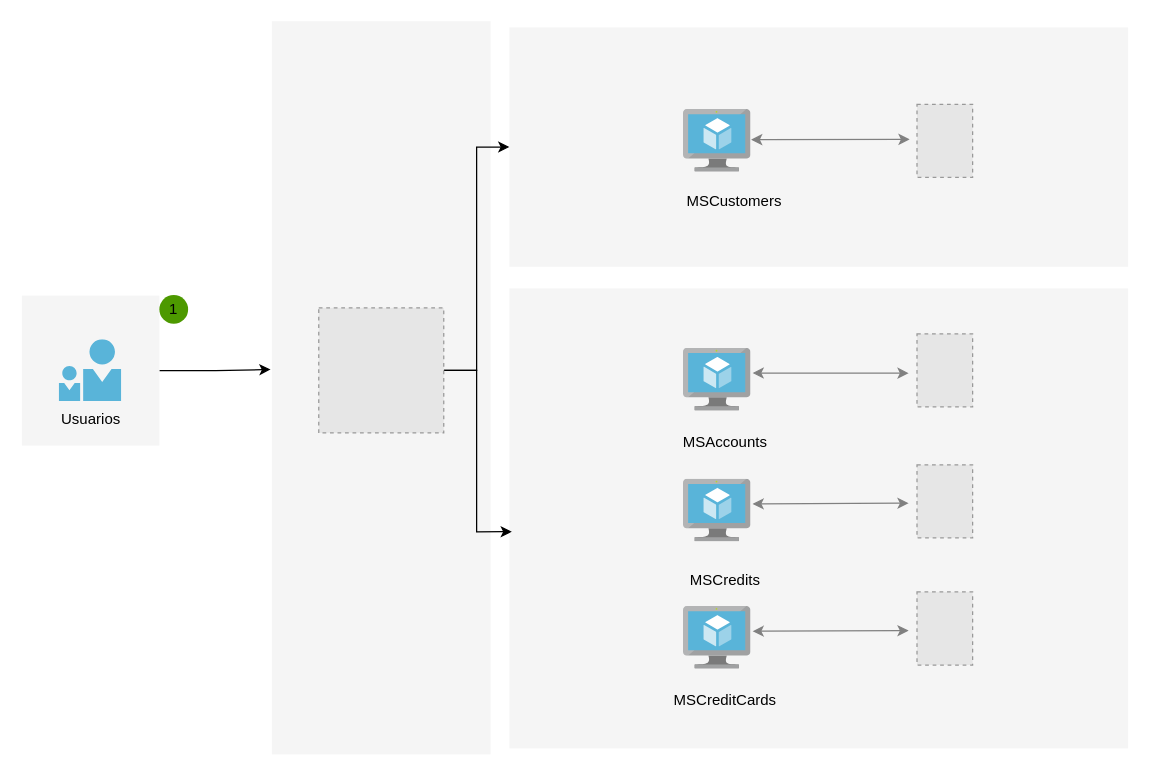
jesus0508/digrams keeps this draw.io diagram as architecture.drawio. Above is the earlier version. Source tidied: cells renumbered, new cells numbered last; positions are measured from the earlier drawing's top-left corner, leaving out a move shared by most shapes. Both pictures are drawn from the tidied source at 125%, with x=0, y=0 at pixel (21, 20). Pictures stored in the file or linked from it are replaced by grey dashed boxes.
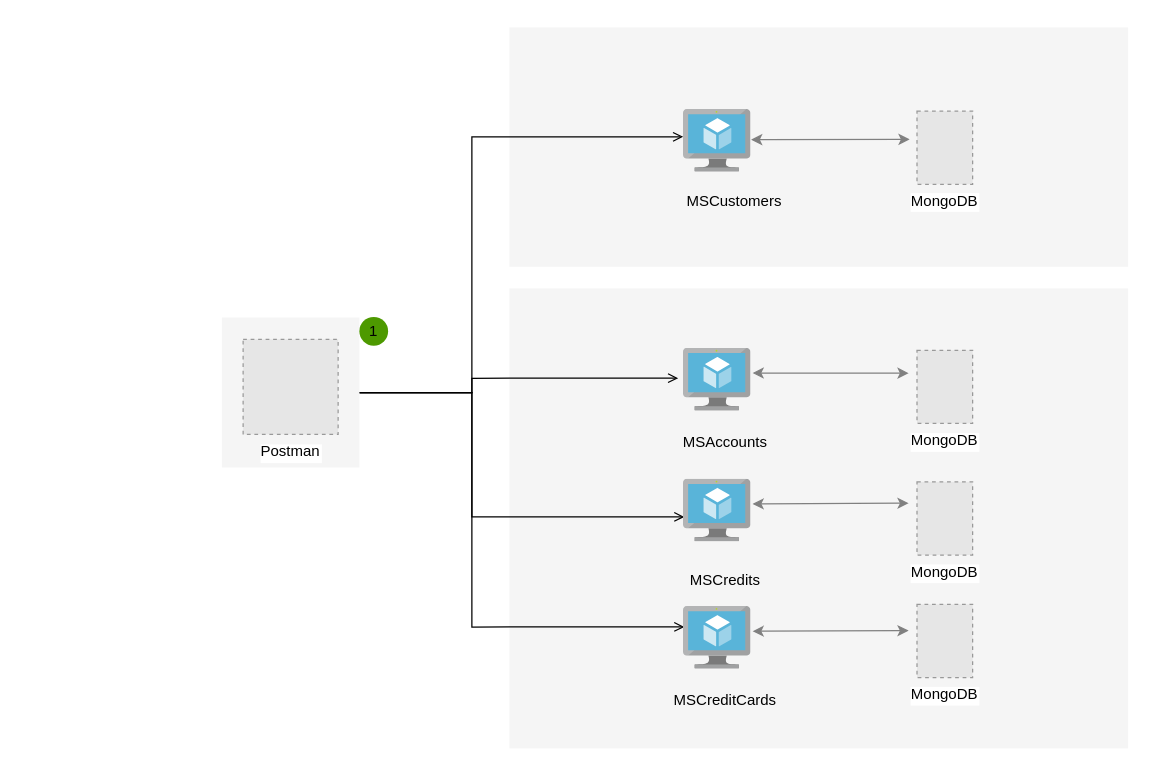
The same page after the edit.

Unchanged cells that the change refers to:
```xml
<mxCell id="2" style="rounded=0;whiteSpace=wrap;html=1;fillColor=#f5f5f5;strokeColor=none;fontColor=#333333;" parent="1" vertex="1">
  <mxGeometry x="390" y="214.2" width="495" height="368" as="geometry" />
</mxCell>
<mxCell id="3" style="rounded=0;whiteSpace=wrap;html=1;fillColor=#f5f5f5;strokeColor=none;fontColor=#333333;" parent="1" vertex="1">
  <mxGeometry x="390" y="5.4" width="495" height="191.5" as="geometry" />
</mxCell>
<mxCell id="10" style="html=1;perimeter=none;align=center;shadow=0;dashed=0;image;fontSize=12;image=img/lib/mscae/Virtual_Machine.svg;" parent="9" vertex="1">
  <mxGeometry width="54" height="50" as="geometry" />
</mxCell>
<mxCell id="12" style="html=1;perimeter=none;align=center;shadow=0;dashed=0;image;fontSize=12;image=img/lib/mscae/Virtual_Machine.svg;" parent="11" vertex="1">
  <mxGeometry width="54" height="50" as="geometry" />
</mxCell>
<mxCell id="18" style="html=1;perimeter=none;align=center;shadow=0;dashed=0;image;fontSize=12;image=img/lib/mscae/Virtual_Machine.svg;" parent="17" vertex="1">
  <mxGeometry y="-5.5" width="54" height="50" as="geometry" />
</mxCell>
<mxCell id="22" style="html=1;perimeter=none;align=center;shadow=0;dashed=0;image;fontSize=12;image=img/lib/mscae/Virtual_Machine.svg;" parent="21" vertex="1">
  <mxGeometry width="54" height="50" as="geometry" />
</mxCell>
```

Change to the diagram source:
```diff
@@
-    <mxCell id="6" style="edgeStyle=orthogonalEdgeStyle;rounded=0;jettySize=auto;html=1;entryX=-0.006;entryY=0.475;entryDx=0;entryDy=0;entryPerimeter=0;" parent="1" edge="1" source="7" target="24">
-      <mxGeometry relative="1" as="geometry" />
+    <mxCell id="6" style="edgeStyle=orthogonalEdgeStyle;rounded=0;jettySize=auto;html=1;entryX=-0.007;entryY=0.435;entryDx=0;entryDy=0;entryPerimeter=0;endArrow=open;endFill=0;" parent="1" edge="1" source="7" target="12">
+      <mxGeometry relative="1" as="geometry">
+        <Array as="points">
+          <mxPoint x="360" y="298" />
+          <mxPoint x="360" y="93" />
+        </Array>
+      </mxGeometry>
     </mxCell>
+    <mxCell id="28" style="edgeStyle=orthogonalEdgeStyle;rounded=0;jettySize=auto;html=1;endArrow=open;endFill=0;entryX=-0.081;entryY=0.475;entryDx=0;entryDy=0;entryPerimeter=0;" parent="1" edge="1" source="7" target="10">
+      <mxGeometry relative="1" as="geometry">
+        <Array as="points">
+          <mxPoint x="360" y="298" />
+          <mxPoint x="360" y="287" />
+        </Array>
+      </mxGeometry>
+    </mxCell>
+    <mxCell id="29" style="edgeStyle=orthogonalEdgeStyle;rounded=0;jettySize=auto;html=1;entryX=0.011;entryY=0.6;entryDx=0;entryDy=0;entryPerimeter=0;endArrow=open;endFill=0;" parent="1" edge="1" source="7" target="18">
+      <mxGeometry relative="1" as="geometry">
+        <Array as="points">
+          <mxPoint x="360" y="298" />
+          <mxPoint x="360" y="397" />
+        </Array>
+      </mxGeometry>
+    </mxCell>
+    <mxCell id="30" style="edgeStyle=orthogonalEdgeStyle;rounded=0;jettySize=auto;html=1;entryX=0.011;entryY=0.325;entryDx=0;entryDy=0;entryPerimeter=0;endArrow=open;endFill=0;" parent="1" edge="1" source="7" target="22">
+      <mxGeometry relative="1" as="geometry">
+        <Array as="points">
+          <mxPoint x="360" y="298" />
+          <mxPoint x="360" y="485" />
+        </Array>
+      </mxGeometry>
+    </mxCell>
     <mxCell id="7" style="rounded=0;whiteSpace=wrap;html=1;fillColor=#f5f5f5;strokeColor=none;fontColor=#333333;" parent="1" vertex="1">
-      <mxGeometry y="220" width="110" height="120" as="geometry" />
+      <mxGeometry x="160" y="237.5" width="110" height="120" as="geometry" />
     </mxCell>
-    <mxCell id="8" value="Usuarios" style="html=1;perimeter=none;align=center;shadow=0;dashed=0;image;fontSize=12;image=img/lib/mscae/PersonWithFriend.svg;labelBackgroundColor=none;" parent="1" vertex="1">
-      <mxGeometry x="30" y="255.3" width="50" height="49.5" as="geometry" />
-    </mxCell>
@@
     <mxCell id="13" value="1" style="ellipse;whiteSpace=wrap;html=1;fillColor=#4D9900;strokeColor=none;labelBackgroundColor=none;" parent="1" vertex="1">
-      <mxGeometry x="110" y="219.5" width="23" height="23" as="geometry" />
+      <mxGeometry x="270" y="237" width="23" height="23" as="geometry" />
     </mxCell>
-    <mxCell id="14" style="fillColor=#E6E6E6;strokeColor=#999999;dashed=1;verticalLabelPosition=bottom;labelBackgroundColor=#ffffff;verticalAlign=top;" parent="1" vertex="1">
-      <mxGeometry x="716.1" y="250.5" width="44.5" height="58.5" as="geometry" />
+    <mxCell id="14" value="MongoDB" style="fillColor=#E6E6E6;strokeColor=#999999;dashed=1;verticalLabelPosition=bottom;labelBackgroundColor=#ffffff;verticalAlign=top;" parent="1" vertex="1">
+      <mxGeometry x="716.1" y="263.7" width="44.5" height="58.5" as="geometry" />
     </mxCell>
-    <mxCell id="15" style="fillColor=#E6E6E6;strokeColor=#999999;dashed=1;verticalLabelPosition=bottom;labelBackgroundColor=#ffffff;verticalAlign=top;" parent="1" vertex="1">
-      <mxGeometry x="716.1" y="66.9" width="44.5" height="58.5" as="geometry" />
+    <mxCell id="15" value="MongoDB" style="fillColor=#E6E6E6;strokeColor=#999999;dashed=1;verticalLabelPosition=bottom;labelBackgroundColor=#ffffff;verticalAlign=top;" parent="1" vertex="1">
+      <mxGeometry x="716.1" y="72.4" width="44.5" height="58.5" as="geometry" />
     </mxCell>
@@
-    <mxCell id="19" style="fillColor=#E6E6E6;strokeColor=#999999;dashed=1;verticalLabelPosition=bottom;labelBackgroundColor=#ffffff;verticalAlign=top;" parent="1" vertex="1">
-      <mxGeometry x="716.1" y="355.3" width="44.5" height="58.5" as="geometry" />
+    <mxCell id="19" value="MongoDB" style="fillColor=#E6E6E6;strokeColor=#999999;dashed=1;verticalLabelPosition=bottom;labelBackgroundColor=#ffffff;verticalAlign=top;" parent="1" vertex="1">
+      <mxGeometry x="716.1" y="369" width="44.5" height="58.5" as="geometry" />
     </mxCell>
@@
-    <mxCell id="23" style="fillColor=#E6E6E6;strokeColor=#999999;dashed=1;verticalLabelPosition=bottom;labelBackgroundColor=#ffffff;verticalAlign=top;" parent="1" vertex="1">
-      <mxGeometry x="716.1" y="457" width="44.5" height="58.5" as="geometry" />
+    <mxCell id="23" value="MongoDB" style="fillColor=#E6E6E6;strokeColor=#999999;dashed=1;verticalLabelPosition=bottom;labelBackgroundColor=#ffffff;verticalAlign=top;" parent="1" vertex="1">
+      <mxGeometry x="716.1" y="467" width="44.5" height="58.5" as="geometry" />
     </mxCell>
-    <mxCell id="24" style="rounded=0;whiteSpace=wrap;html=1;fillColor=#f5f5f5;strokeColor=none;fontColor=#333333;" parent="1" vertex="1">
-      <mxGeometry x="200" y="0.5" width="175" height="586.5" as="geometry" />
-    </mxCell>
-    <mxCell id="25" style="edgeStyle=orthogonalEdgeStyle;rounded=0;jettySize=auto;html=1;entryX=0;entryY=0.5;entryDx=0;entryDy=0;" parent="1" edge="1" source="27" target="3">
-      <mxGeometry relative="1" as="geometry" />
-    </mxCell>
-    <mxCell id="26" style="edgeStyle=orthogonalEdgeStyle;rounded=0;jettySize=auto;html=1;entryX=0.004;entryY=0.529;entryDx=0;entryDy=0;entryPerimeter=0;" parent="1" edge="1" source="27" target="2">
-      <mxGeometry relative="1" as="geometry" />
-    </mxCell>
-    <mxCell id="27" style="fillColor=#E6E6E6;strokeColor=#999999;dashed=1;verticalLabelPosition=bottom;labelBackgroundColor=#ffffff;verticalAlign=top;" parent="1" vertex="1">
-      <mxGeometry x="237.5" y="229.8" width="100" height="100" as="geometry" />
-    </mxCell>
+    <mxCell id="31" value="Postman" style="fillColor=#E6E6E6;strokeColor=#999999;dashed=1;verticalLabelPosition=bottom;labelBackgroundColor=default;verticalAlign=top;" parent="1" vertex="1">
+      <mxGeometry x="177" y="255" width="76" height="76" as="geometry" />
+    </mxCell>
```
